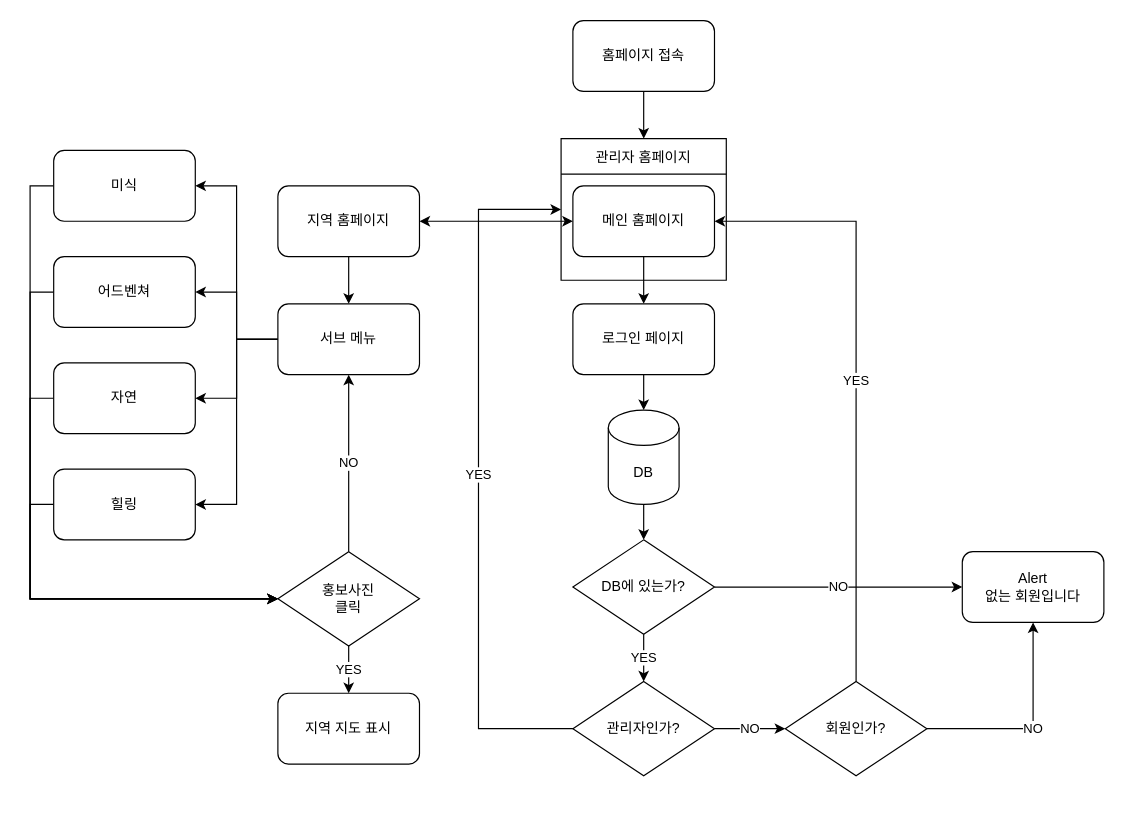
Before: Untitled Diagram.drawio in ProjectKM1/JavaProject, a draw.io diagram. Source tidied: cells renumbered, new cells numbered last; positions are measured from the earlier drawing's top-left corner, leaving out a move shared by most shapes. Both pictures are drawn from the tidied source at 118%, with x=0, y=0 at pixel (53, 20).
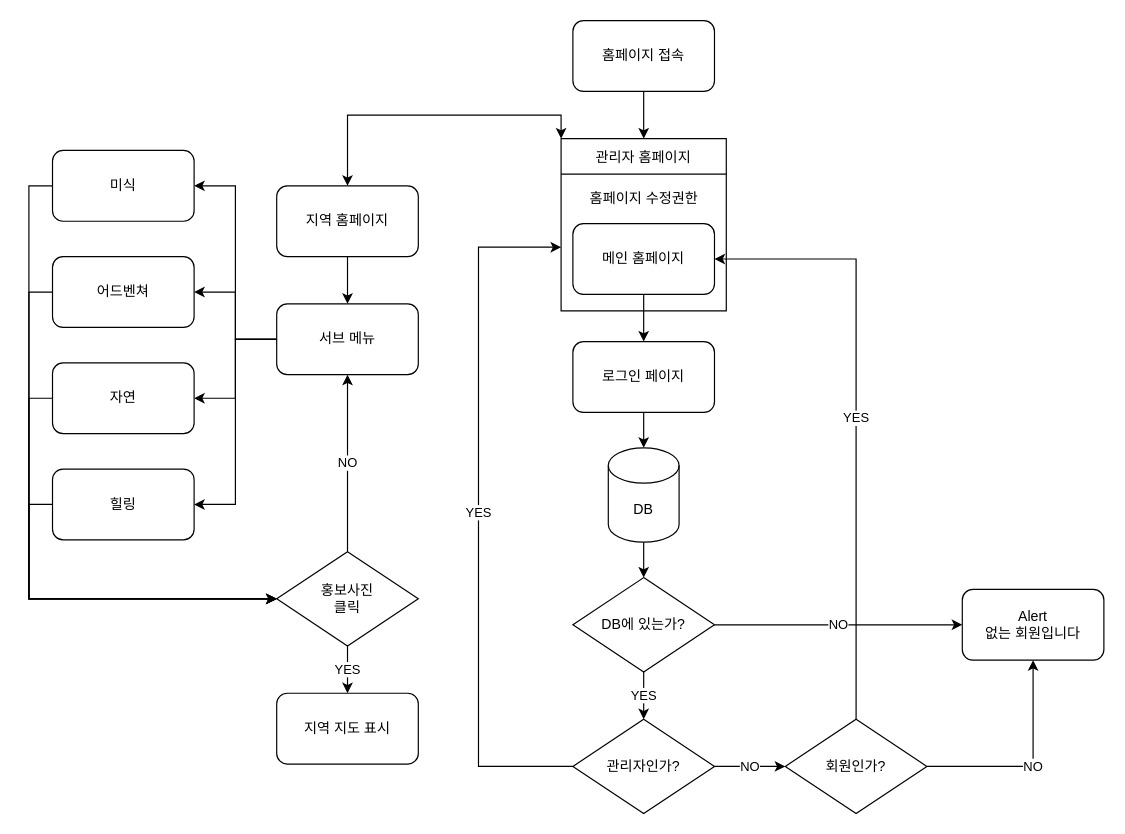
Above is the later version.

Diff of the diagram source:
```diff
@@
-    <mxCell id="3" style="edgeStyle=orthogonalEdgeStyle;rounded=0;jumpStyle=arc;jumpSize=6;jettySize=auto;html=1;entryX=1;entryY=0.5;entryDx=0;entryDy=0;endArrow=classic;endFill=1;startArrow=classic;startFill=1;" parent="1" edge="1" source="4" target="23">
+    <mxCell id="3" style="edgeStyle=orthogonalEdgeStyle;rounded=0;jumpStyle=arc;jumpSize=6;jettySize=auto;html=1;entryX=0.5;entryY=0;entryDx=0;entryDy=0;endArrow=classic;endFill=1;startArrow=classic;startFill=1;exitX=0;exitY=0;exitDx=0;exitDy=0;" parent="1" edge="1" source="18" target="23">
       <mxGeometry relative="1" as="geometry" />
     </mxCell>
     <mxCell id="4" value="메인 홈페이지" style="rounded=1;whiteSpace=wrap;html=1;" parent="1" vertex="1">
-      <mxGeometry x="440" y="140" width="120" height="60" as="geometry" />
+      <mxGeometry x="440" y="172" width="120" height="60" as="geometry" />
     </mxCell>
@@
     <mxCell id="6" value="로그인 페이지" style="rounded=1;whiteSpace=wrap;html=1;" parent="1" vertex="1">
-      <mxGeometry x="440" y="240" width="120" height="60" as="geometry" />
+      <mxGeometry x="440" y="272" width="120" height="60" as="geometry" />
     </mxCell>
@@
     <mxCell id="8" value="DB" style="shape=cylinder3;whiteSpace=wrap;html=1;boundedLbl=1;backgroundOutline=1;size=15;" parent="1" vertex="1">
-      <mxGeometry x="470" y="330" width="60" height="80" as="geometry" />
+      <mxGeometry x="470" y="362" width="60" height="80" as="geometry" />
     </mxCell>
@@
     <mxCell id="11" value="DB에 있는가?" style="rhombus;whiteSpace=wrap;html=1;" parent="1" vertex="1">
-      <mxGeometry x="440" y="440" width="120" height="80" as="geometry" />
+      <mxGeometry x="440" y="472" width="120" height="80" as="geometry" />
     </mxCell>
@@
-    <mxCell id="13" value="YES" style="edgeStyle=orthogonalEdgeStyle;rounded=0;jettySize=auto;html=1;entryX=0;entryY=0.5;entryDx=0;entryDy=0;exitX=0;exitY=0.5;exitDx=0;exitDy=0;" parent="1" edge="1" source="14" target="18">
+    <mxCell id="13" value="YES" style="edgeStyle=orthogonalEdgeStyle;rounded=0;jettySize=auto;html=1;entryX=0;entryY=0.5;entryDx=0;entryDy=0;exitX=0;exitY=0.5;exitDx=0;exitDy=0;" parent="1" edge="1" source="14">
       <mxGeometry relative="1" as="geometry">
+        <mxPoint x="430" y="192" as="targetPoint" />
         <Array as="points">
-          <mxPoint x="360" y="600" />
-          <mxPoint x="360" y="160" />
+          <mxPoint x="360" y="632" />
+          <mxPoint x="360" y="192" />
         </Array>
       </mxGeometry>
     </mxCell>
     <mxCell id="14" value="관리자인가?" style="rhombus;whiteSpace=wrap;html=1;" parent="1" vertex="1">
-      <mxGeometry x="440" y="560" width="120" height="80" as="geometry" />
+      <mxGeometry x="440" y="592" width="120" height="80" as="geometry" />
     </mxCell>
@@
     <mxCell id="17" value="회원인가?" style="rhombus;whiteSpace=wrap;html=1;" parent="1" vertex="1">
-      <mxGeometry x="620" y="560" width="120" height="80" as="geometry" />
+      <mxGeometry x="620" y="592" width="120" height="80" as="geometry" />
     </mxCell>
     <mxCell id="18" value="관리자 홈페이지" style="swimlane;fontStyle=0;horizontal=1;startSize=30;" parent="1" vertex="1">
-      <mxGeometry x="430" y="100" width="140" height="120" as="geometry" />
+      <mxGeometry x="430" y="100" width="140" height="146" as="geometry" />
     </mxCell>
     <mxCell id="19" value="Alert&lt;br&gt;없는 회원입니다" style="rounded=1;whiteSpace=wrap;html=1;" parent="1" vertex="1">
-      <mxGeometry x="770" y="450" width="120" height="60" as="geometry" />
+      <mxGeometry x="770" y="482" width="120" height="60" as="geometry" />
     </mxCell>
@@
     <mxCell id="23" value="지역 홈페이지" style="rounded=1;whiteSpace=wrap;html=1;" parent="1" vertex="1">
-      <mxGeometry x="190" y="140" width="120" height="60" as="geometry" />
+      <mxGeometry x="189" y="140" width="120" height="60" as="geometry" />
     </mxCell>
@@
     <mxCell id="28" value="서브 메뉴" style="whiteSpace=wrap;html=1;rounded=1;" parent="1" vertex="1">
-      <mxGeometry x="190" y="240" width="120" height="60" as="geometry" />
+      <mxGeometry x="189" y="240" width="120" height="60" as="geometry" />
     </mxCell>
@@
     <mxCell id="30" value="미식" style="whiteSpace=wrap;html=1;rounded=1;" parent="1" vertex="1">
-      <mxGeometry y="110" width="120" height="60" as="geometry" />
+      <mxGeometry x="-1" y="110" width="120" height="60" as="geometry" />
     </mxCell>
@@
     <mxCell id="32" value="어드벤쳐" style="rounded=1;whiteSpace=wrap;html=1;" parent="1" vertex="1">
-      <mxGeometry y="200" width="120" height="60" as="geometry" />
+      <mxGeometry x="-1" y="200" width="120" height="60" as="geometry" />
     </mxCell>
@@
     <mxCell id="34" value="자연" style="rounded=1;whiteSpace=wrap;html=1;" parent="1" vertex="1">
-      <mxGeometry y="290" width="120" height="60" as="geometry" />
+      <mxGeometry x="-1" y="290" width="120" height="60" as="geometry" />
     </mxCell>
@@
     <mxCell id="36" value="힐링" style="rounded=1;whiteSpace=wrap;html=1;" parent="1" vertex="1">
-      <mxGeometry y="380" width="120" height="60" as="geometry" />
+      <mxGeometry x="-1" y="380" width="120" height="60" as="geometry" />
     </mxCell>
@@
     <mxCell id="39" value="홍보사진&lt;br&gt;클릭" style="rhombus;whiteSpace=wrap;html=1;" parent="1" vertex="1">
-      <mxGeometry x="190" y="450" width="120" height="80" as="geometry" />
+      <mxGeometry x="189" y="450" width="120" height="80" as="geometry" />
     </mxCell>
     <mxCell id="40" value="지역 지도 표시" style="rounded=1;whiteSpace=wrap;html=1;" parent="1" vertex="1">
-      <mxGeometry x="190" y="570" width="120" height="60" as="geometry" />
+      <mxGeometry x="189" y="570" width="120" height="60" as="geometry" />
     </mxCell>
+    <mxCell id="41" value="홈페이지 수정권한" style="text;html=1;align=center;verticalAlign=middle;strokeColor=none;fillColor=none;" parent="1" vertex="1">
+      <mxGeometry x="445" y="142" width="109" height="18" as="geometry" />
+    </mxCell>
```
